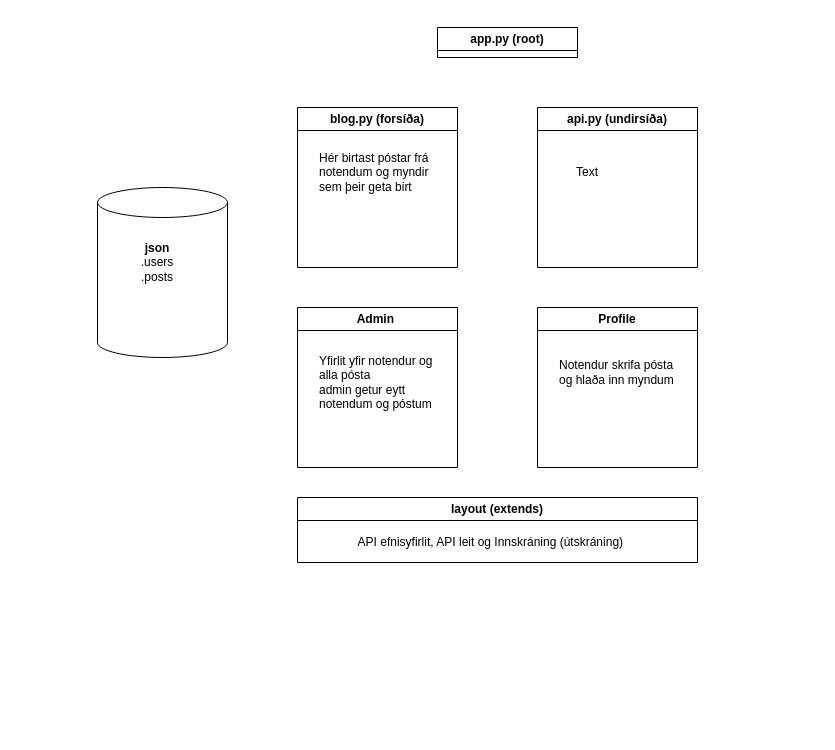
Above: Verkefni4/flaedirit.drawio in vefthroun/26H_VEF2VF05CU (draw.io), before the change. Source tidied: cells renumbered, new cells numbered last; positions are measured from the earlier drawing's top-left corner, leaving out a move shared by most shapes. Both pictures are drawn from the tidied source at 100%, with x=0, y=0 at pixel (97, 27).
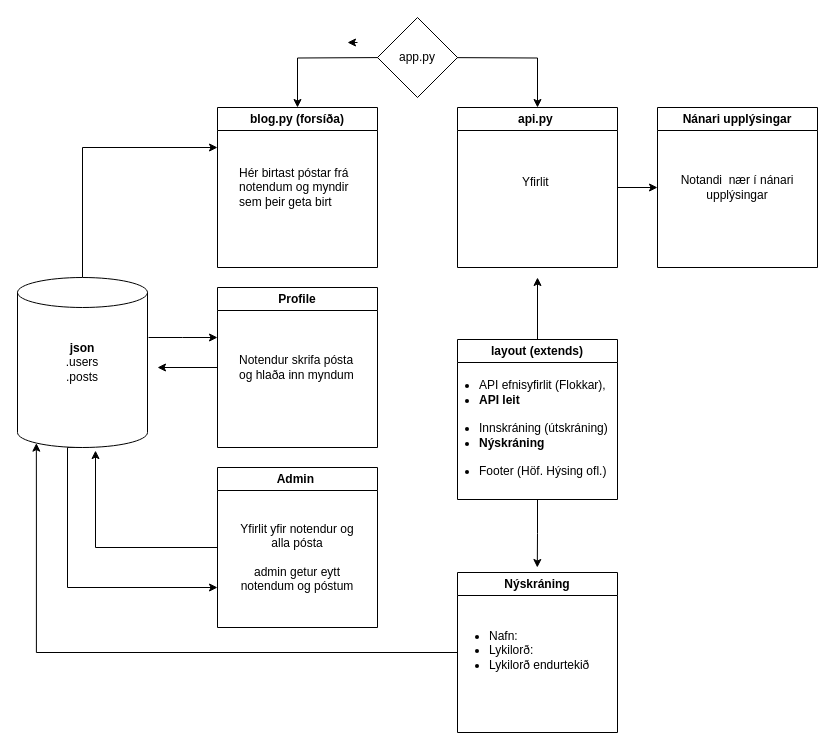
After the change.

The edit, as a diff of the source:
```diff
@@
-    <mxCell id="2" value="app.py (root)" style="swimlane;whiteSpace=wrap;html=1;startSize=23;" parent="1" vertex="1" collapsed="1">
-      <mxGeometry x="340" width="140" height="30" as="geometry" />
-    </mxCell>
+    <mxCell id="15" style="edgeStyle=orthogonalEdgeStyle;rounded=0;jettySize=auto;html=1;exitX=0.5;exitY=1;exitDx=0;exitDy=0;entryX=0.5;entryY=0;entryDx=0;entryDy=0;defaultLabelBackgroundColor=page;labelPadding=0 4;" parent="1" edge="1" target="5">
+      <mxGeometry x="-0.25" relative="1" as="geometry">
+        <mxPoint x="330" y="30" as="sourcePoint" />
+      </mxGeometry>
+    </mxCell>
+    <mxCell id="16" style="edgeStyle=orthogonalEdgeStyle;rounded=0;orthogonalLoop=1;jettySize=auto;html=1;exitX=0;exitY=0.5;exitDx=0;exitDy=0;defaultLabelBackgroundColor=page;labelPadding=0 4;" parent="1" edge="1">
+      <mxGeometry relative="1" as="geometry">
+        <mxPoint x="260" y="15" as="sourcePoint" />
+        <mxPoint x="250" y="15" as="targetPoint" />
+      </mxGeometry>
+    </mxCell>
     <mxCell id="3" value="blog.py (forsíða)" style="swimlane;whiteSpace=wrap;html=1;" parent="1" vertex="1">
-      <mxGeometry x="200" y="80" width="160" height="160" as="geometry" />
+      <mxGeometry x="120" y="80" width="160" height="160" as="geometry" />
     </mxCell>
     <mxCell id="4" value="Hér birtast póstar frá notendum og myndir sem þeir geta birt" style="text;html=1;whiteSpace=wrap;strokeColor=none;fillColor=none;align=left;verticalAlign=middle;rounded=0;" parent="3" vertex="1">
-      <mxGeometry x="20" y="50" width="120" height="30" as="geometry" />
+      <mxGeometry x="20" y="65" width="120" height="30" as="geometry" />
     </mxCell>
+    <mxCell id="17" style="edgeStyle=orthogonalEdgeStyle;rounded=0;jettySize=auto;html=1;entryX=0;entryY=0.5;entryDx=0;entryDy=0;defaultLabelBackgroundColor=page;labelPadding=0 4;" parent="1" edge="1" source="5" target="26">
+      <mxGeometry relative="1" as="geometry" />
+    </mxCell>
-    <mxCell id="5" value="api.py (undirsíða)" style="swimlane;whiteSpace=wrap;html=1;" parent="1" vertex="1">
-      <mxGeometry x="440" y="80" width="160" height="160" as="geometry" />
+    <mxCell id="5" value="api.py&amp;nbsp;" style="swimlane;whiteSpace=wrap;html=1;" parent="1" vertex="1">
+      <mxGeometry x="360" y="80" width="160" height="160" as="geometry" />
     </mxCell>
+    <mxCell id="14" value="Yfirlit&amp;nbsp;" style="text;html=1;whiteSpace=wrap;strokeColor=none;fillColor=none;align=center;verticalAlign=middle;rounded=0;" parent="5" vertex="1">
+      <mxGeometry x="50" y="60" width="60" height="30" as="geometry" />
+    </mxCell>
+    <mxCell id="18" style="edgeStyle=orthogonalEdgeStyle;rounded=0;jettySize=auto;html=1;exitX=0.5;exitY=1;exitDx=0;exitDy=0;defaultLabelBackgroundColor=page;labelPadding=0 4;" parent="1" edge="1" source="6">
+      <mxGeometry relative="1" as="geometry">
+        <mxPoint x="439.8" y="540" as="targetPoint" />
+      </mxGeometry>
+    </mxCell>
+    <mxCell id="19" style="edgeStyle=orthogonalEdgeStyle;rounded=0;jettySize=auto;html=1;defaultLabelBackgroundColor=page;labelPadding=0 4;" parent="1" edge="1" source="6">
+      <mxGeometry relative="1" as="geometry">
+        <mxPoint x="440" y="250" as="targetPoint" />
+      </mxGeometry>
+    </mxCell>
     <mxCell id="6" value="layout (extends)" style="swimlane;whiteSpace=wrap;html=1;" parent="1" vertex="1">
-      <mxGeometry x="200" y="470" width="400" height="65" as="geometry" />
+      <mxGeometry x="360" y="312" width="160" height="160" as="geometry" />
     </mxCell>
-    <mxCell id="7" value="API efnisyfirlit, API leit og Innskráning (útskráning)&amp;nbsp;" style="text;html=1;whiteSpace=wrap;strokeColor=none;fillColor=none;align=center;verticalAlign=middle;rounded=0;" parent="1" vertex="1">
-      <mxGeometry x="220" y="500" width="350" height="30" as="geometry" />
+    <mxCell id="7" value="&lt;ul&gt;&lt;li&gt;API efnisyfirlit (Flokkar),&amp;nbsp;&lt;/li&gt;&lt;li&gt;&lt;b&gt;API leit&amp;nbsp;&lt;/b&gt;&amp;nbsp;&lt;br&gt;&lt;br&gt;&lt;/li&gt;&lt;li&gt;Innskráning (útskráning)&lt;br&gt;&lt;/li&gt;&lt;li&gt;&lt;b&gt;Nýskráning&lt;/b&gt;&amp;nbsp;&lt;br&gt;&lt;br&gt;&lt;/li&gt;&lt;li&gt;Footer (Höf. Hýsing ofl.)&lt;/li&gt;&lt;/ul&gt;" style="text;html=1;whiteSpace=wrap;strokeColor=none;fillColor=none;align=left;verticalAlign=middle;rounded=0;" parent="6" vertex="1">
+      <mxGeometry x="-20" y="74" width="175" height="30" as="geometry" />
     </mxCell>
     <mxCell id="8" value="Admin&amp;nbsp;" style="swimlane;whiteSpace=wrap;html=1;" parent="1" vertex="1">
-      <mxGeometry x="200" y="280" width="160" height="160" as="geometry" />
+      <mxGeometry x="120" y="440" width="160" height="160" as="geometry" />
     </mxCell>
-    <mxCell id="9" value="Yfirlit yfir notendur og alla pósta&lt;div&gt;admin getur eytt notendum og póstum&lt;/div&gt;" style="text;html=1;whiteSpace=wrap;strokeColor=none;fillColor=none;align=left;verticalAlign=middle;rounded=0;" parent="8" vertex="1">
-      <mxGeometry x="20" y="60" width="120" height="30" as="geometry" />
+    <mxCell id="9" value="Yfirlit yfir notendur og alla pósta&lt;div&gt;&lt;br&gt;&lt;div&gt;admin getur eytt notendum og póstum&lt;/div&gt;&lt;/div&gt;" style="text;html=1;whiteSpace=wrap;strokeColor=none;fillColor=none;align=center;verticalAlign=middle;rounded=0;" parent="8" vertex="1">
+      <mxGeometry x="20" y="75" width="120" height="30" as="geometry" />
     </mxCell>
     <mxCell id="10" value="Profile" style="swimlane;whiteSpace=wrap;html=1;" parent="1" vertex="1">
-      <mxGeometry x="440" y="280" width="160" height="160" as="geometry" />
+      <mxGeometry x="120" y="260" width="160" height="160" as="geometry" />
     </mxCell>
     <mxCell id="11" value="Notendur skrifa pósta og hlaða inn myndum" style="text;html=1;whiteSpace=wrap;strokeColor=none;fillColor=none;align=left;verticalAlign=middle;rounded=0;" parent="10" vertex="1">
-      <mxGeometry x="20" y="50" width="120" height="30" as="geometry" />
+      <mxGeometry x="20" y="65" width="120" height="30" as="geometry" />
     </mxCell>
+    <mxCell id="20" style="edgeStyle=orthogonalEdgeStyle;rounded=0;jettySize=auto;html=1;exitX=0.5;exitY=0;exitDx=0;exitDy=0;exitPerimeter=0;entryX=0;entryY=0.25;entryDx=0;entryDy=0;defaultLabelBackgroundColor=page;labelPadding=0 4;" parent="1" edge="1" source="12" target="3">
+      <mxGeometry relative="1" as="geometry" />
+    </mxCell>
+    <mxCell id="21" style="edgeStyle=orthogonalEdgeStyle;rounded=0;jettySize=auto;html=1;defaultLabelBackgroundColor=page;labelPadding=0 4;exitX=1.008;exitY=0.353;exitDx=0;exitDy=0;exitPerimeter=0;" parent="1" edge="1" source="12">
+      <mxGeometry x="0.02" relative="1" as="geometry">
+        <mxPoint x="120" y="310" as="targetPoint" />
+      </mxGeometry>
+    </mxCell>
+    <mxCell id="22" style="edgeStyle=orthogonalEdgeStyle;rounded=0;jettySize=auto;html=1;exitX=0.5;exitY=1;exitDx=0;exitDy=0;exitPerimeter=0;defaultLabelBackgroundColor=page;labelPadding=0 4;entryX=0;entryY=0.75;entryDx=0;entryDy=0;" parent="1" edge="1" source="12" target="8">
+      <mxGeometry x="0.4" relative="1" as="geometry">
+        <Array as="points">
+          <mxPoint x="-30" y="420" />
+          <mxPoint x="-30" y="560" />
+        </Array>
+      </mxGeometry>
+    </mxCell>
     <mxCell id="12" style="shape=cylinder3;whiteSpace=wrap;html=1;boundedLbl=1;backgroundOutline=1;size=15;" parent="1" vertex="1">
-      <mxGeometry y="160" width="130" height="170" as="geometry" />
+      <mxGeometry x="-80" y="250" width="130" height="170" as="geometry" />
     </mxCell>
     <mxCell id="13" value="&lt;b&gt;json&lt;/b&gt;&lt;div&gt;.users&lt;/div&gt;&lt;div&gt;.posts&lt;/div&gt;" style="text;html=1;whiteSpace=wrap;strokeColor=none;fillColor=none;align=center;verticalAlign=middle;rounded=0;" parent="1" vertex="1">
-      <mxGeometry x="30" y="220" width="60" height="30" as="geometry" />
+      <mxGeometry x="-45" y="320" width="60" height="30" as="geometry" />
     </mxCell>
-    <mxCell id="14" value="Text" style="text;html=1;whiteSpace=wrap;strokeColor=none;fillColor=none;align=center;verticalAlign=middle;rounded=0;" parent="1" vertex="1">
-      <mxGeometry x="460" y="130" width="60" height="30" as="geometry" />
-    </mxCell>
+    <mxCell id="23" style="edgeStyle=orthogonalEdgeStyle;rounded=0;jettySize=auto;html=1;exitX=0.25;exitY=1;exitDx=0;exitDy=0;entryX=0.5;entryY=0;entryDx=0;entryDy=0;defaultLabelBackgroundColor=page;labelPadding=0 4;" parent="1" edge="1" target="3">
+      <mxGeometry x="-0.14" relative="1" as="geometry">
+        <mxPoint x="295" y="30" as="sourcePoint" />
+      </mxGeometry>
+    </mxCell>
+    <mxCell id="24" style="edgeStyle=orthogonalEdgeStyle;rounded=0;jettySize=auto;html=1;exitX=0;exitY=0.5;exitDx=0;exitDy=0;defaultLabelBackgroundColor=page;labelPadding=0 4;" parent="1" edge="1" source="10">
+      <mxGeometry relative="1" as="geometry">
+        <mxPoint x="60" y="340" as="targetPoint" />
+      </mxGeometry>
+    </mxCell>
+    <mxCell id="25" style="edgeStyle=orthogonalEdgeStyle;rounded=0;jettySize=auto;html=1;exitX=0;exitY=0.5;exitDx=0;exitDy=0;entryX=0.6;entryY=1.018;entryDx=0;entryDy=0;entryPerimeter=0;defaultLabelBackgroundColor=page;labelPadding=0 4;" parent="1" edge="1" source="8" target="12">
+      <mxGeometry relative="1" as="geometry" />
+    </mxCell>
+    <mxCell id="26" value="Nánari upplýsingar" style="swimlane;whiteSpace=wrap;html=1;" parent="1" vertex="1">
+      <mxGeometry x="560" y="80" width="160" height="160" as="geometry" />
+    </mxCell>
+    <mxCell id="27" value="Notandi&amp;nbsp; nær í nánari upplýsingar" style="text;html=1;whiteSpace=wrap;strokeColor=none;fillColor=none;align=center;verticalAlign=middle;rounded=0;" parent="26" vertex="1">
+      <mxGeometry x="20" y="65" width="120" height="30" as="geometry" />
+    </mxCell>
+    <mxCell id="28" style="rhombus;whiteSpace=wrap;html=1;shapeInside=1;" parent="1" vertex="1">
+      <mxGeometry x="280" y="-10" width="80" height="80" as="geometry" />
+    </mxCell>
+    <mxCell id="29" value="app.py" style="text;html=1;whiteSpace=wrap;strokeColor=none;fillColor=none;align=center;verticalAlign=middle;rounded=0;" parent="1" vertex="1">
+      <mxGeometry x="290" y="15" width="60" height="30" as="geometry" />
+    </mxCell>
+    <mxCell id="30" style="edgeStyle=orthogonalEdgeStyle;rounded=0;jettySize=auto;html=1;defaultLabelBackgroundColor=page;labelPadding=0 4;entryX=0.145;entryY=1;entryDx=0;entryDy=-4.35;entryPerimeter=0;" parent="1" edge="1" source="31" target="12">
+      <mxGeometry x="-0.02" relative="1" as="geometry" />
+    </mxCell>
+    <mxCell id="31" value="Nýskráning" style="swimlane;whiteSpace=wrap;html=1;" parent="1" vertex="1">
+      <mxGeometry x="360" y="545" width="160" height="160" as="geometry" />
+    </mxCell>
+    <mxCell id="32" value="&lt;ul&gt;&lt;li&gt;Nafn:&lt;/li&gt;&lt;li&gt;Lykilorð:&lt;/li&gt;&lt;li&gt;Lykilorð endurtekið&lt;/li&gt;&lt;/ul&gt;" style="text;html=1;whiteSpace=wrap;strokeColor=none;fillColor=none;align=left;verticalAlign=middle;rounded=0;" parent="31" vertex="1">
+      <mxGeometry x="-10" y="63" width="160" height="30" as="geometry" />
+    </mxCell>
```
